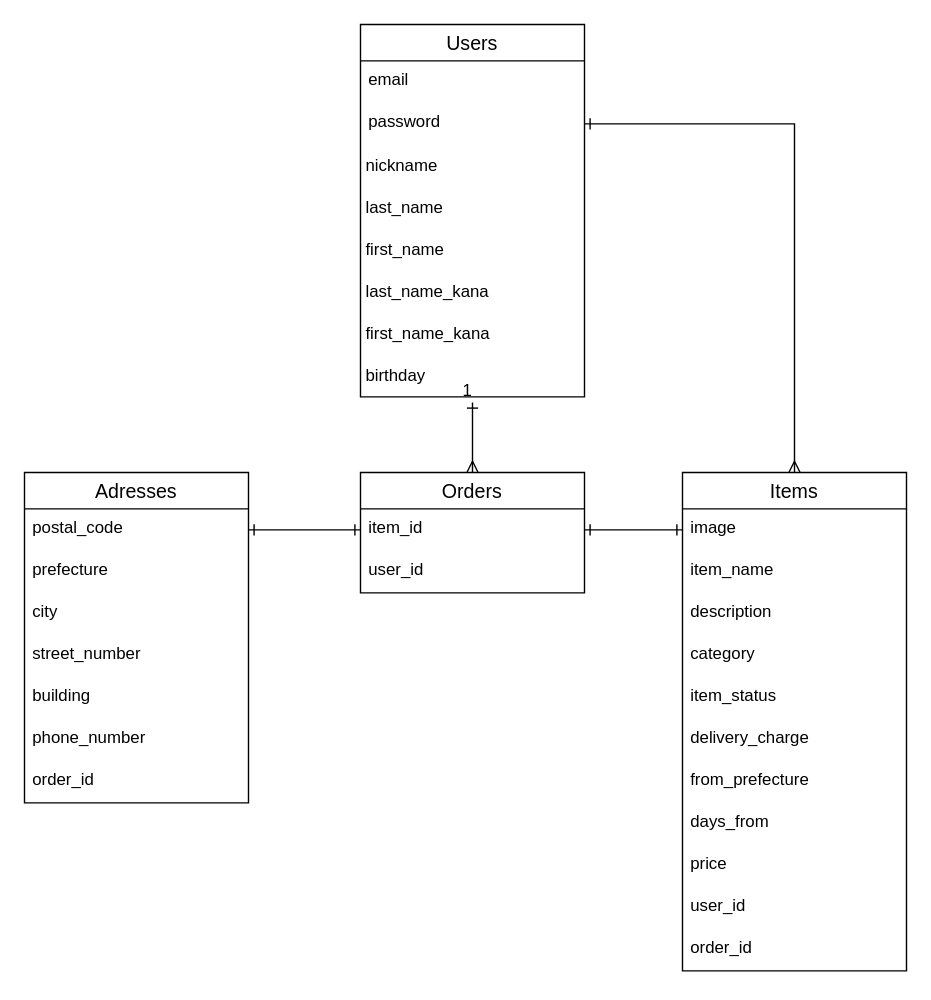
Before: draw_data.dio in yuki421/furima-35513, a draw.io diagram. Source tidied: cells renumbered, new cells numbered last; positions are measured from the earlier drawing's top-left corner, leaving out a move shared by most shapes. Both pictures are drawn from the tidied source at 140%, with x=0, y=0 at pixel (24, 24).
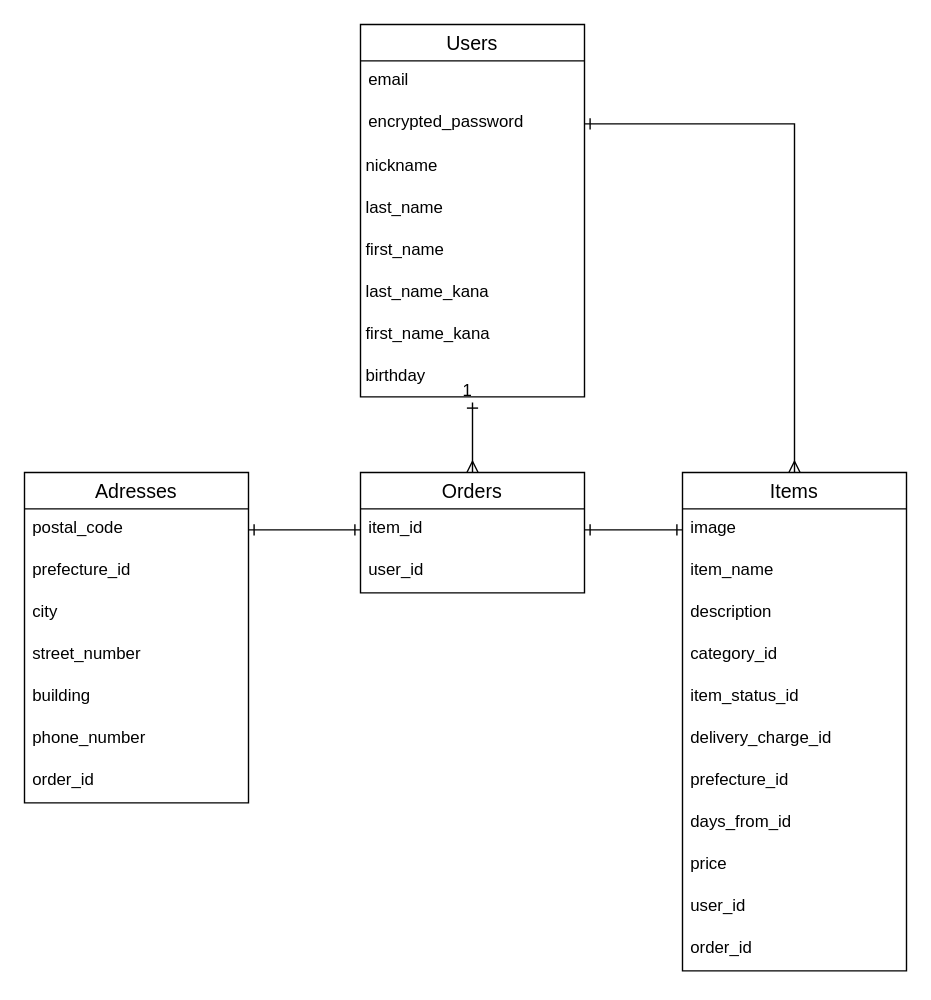
After the change.

Commit message (it also covers changes not shown here):
データベースの修正（3回目）

The change refers to these unchanged cells:
```xml
<mxCell id="2" value="Users" style="swimlane;fontStyle=0;horizontal=1;startSize=26;align=center;fontSize=14;shadow=0;" parent="1" vertex="1">
  <mxGeometry x="240" width="160" height="266" as="geometry" />
</mxCell>
<mxCell id="11" value="Items" style="swimlane;fontStyle=0;horizontal=1;startSize=26;align=center;fontSize=14;" parent="1" vertex="1">
  <mxGeometry x="470" y="320" width="160" height="356" as="geometry" />
</mxCell>
<mxCell id="23" value="Adresses" style="swimlane;fontStyle=0;horizontal=1;startSize=26;align=center;fontSize=14;shadow=0;" parent="1" vertex="1">
  <mxGeometry y="320" width="160" height="236" as="geometry" />
</mxCell>
```

Change to the diagram source:
```diff
@@
-    <mxCell id="4" value="password" style="text;strokeColor=none;fillColor=none;spacingLeft=4;spacingRight=4;overflow=hidden;points=[[0,0.5],[1,0.5]];portConstraint=eastwest;fontSize=12;" parent="2" vertex="1">
+    <mxCell id="4" value="encrypted_password" style="text;strokeColor=none;fillColor=none;spacingLeft=4;spacingRight=4;overflow=hidden;points=[[0,0.5],[1,0.5]];portConstraint=eastwest;fontSize=12;" parent="2" vertex="1">
       <mxGeometry y="56" width="160" height="30" as="geometry" />
     </mxCell>
@@
-    <mxCell id="15" value="category" style="text;strokeColor=none;fillColor=none;spacingLeft=4;spacingRight=4;overflow=hidden;fontSize=12;" parent="11" vertex="1">
+    <mxCell id="15" value="category_id" style="text;strokeColor=none;fillColor=none;spacingLeft=4;spacingRight=4;overflow=hidden;fontSize=12;" parent="11" vertex="1">
       <mxGeometry y="116" width="160" height="30" as="geometry" />
     </mxCell>
-    <mxCell id="16" value="item_status" style="text;strokeColor=none;fillColor=none;spacingLeft=4;spacingRight=4;overflow=hidden;fontSize=12;" parent="11" vertex="1">
+    <mxCell id="16" value="item_status_id" style="text;strokeColor=none;fillColor=none;spacingLeft=4;spacingRight=4;overflow=hidden;fontSize=12;" parent="11" vertex="1">
       <mxGeometry y="146" width="160" height="30" as="geometry" />
     </mxCell>
-    <mxCell id="17" value="delivery_charge" style="text;strokeColor=none;fillColor=none;spacingLeft=4;spacingRight=4;overflow=hidden;fontSize=12;" parent="11" vertex="1">
+    <mxCell id="17" value="delivery_charge_id" style="text;strokeColor=none;fillColor=none;spacingLeft=4;spacingRight=4;overflow=hidden;fontSize=12;" parent="11" vertex="1">
       <mxGeometry y="176" width="160" height="30" as="geometry" />
     </mxCell>
-    <mxCell id="18" value="from_prefecture" style="text;strokeColor=none;fillColor=none;spacingLeft=4;spacingRight=4;overflow=hidden;fontSize=12;" parent="11" vertex="1">
+    <mxCell id="18" value="prefecture_id" style="text;strokeColor=none;fillColor=none;spacingLeft=4;spacingRight=4;overflow=hidden;fontSize=12;" parent="11" vertex="1">
       <mxGeometry y="206" width="160" height="30" as="geometry" />
     </mxCell>
-    <mxCell id="19" value="days_from" style="text;strokeColor=none;fillColor=none;spacingLeft=4;spacingRight=4;overflow=hidden;fontSize=12;" parent="11" vertex="1">
+    <mxCell id="19" value="days_from_id" style="text;strokeColor=none;fillColor=none;spacingLeft=4;spacingRight=4;overflow=hidden;fontSize=12;" parent="11" vertex="1">
       <mxGeometry y="236" width="160" height="30" as="geometry" />
     </mxCell>
@@
-    <mxCell id="25" value="prefecture" style="text;strokeColor=none;fillColor=none;spacingLeft=4;spacingRight=4;overflow=hidden;fontSize=12;" parent="23" vertex="1">
+    <mxCell id="25" value="prefecture_id" style="text;strokeColor=none;fillColor=none;spacingLeft=4;spacingRight=4;overflow=hidden;fontSize=12;" parent="23" vertex="1">
       <mxGeometry y="56" width="160" height="30" as="geometry" />
     </mxCell>
```
